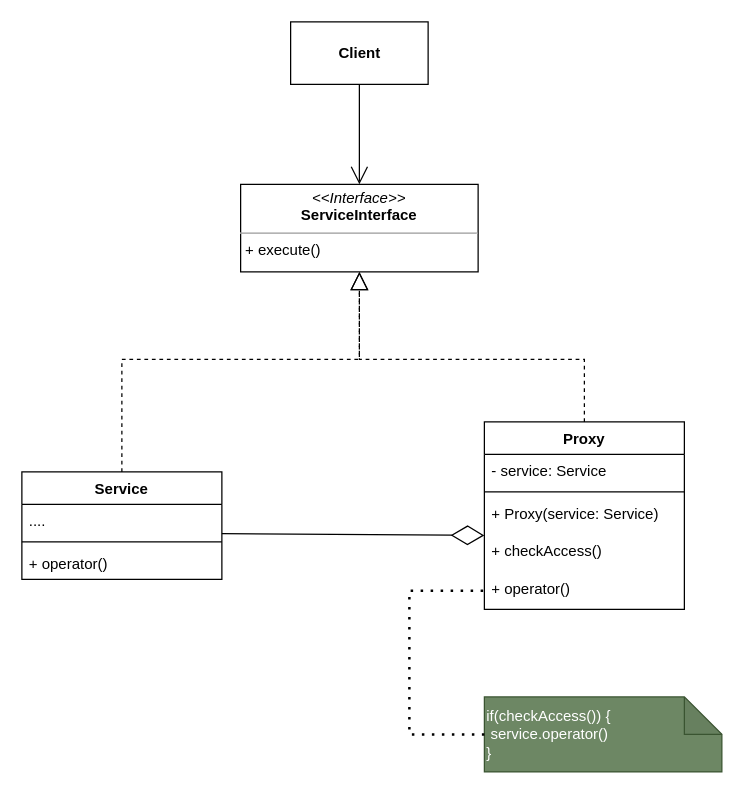
Before: 代理模式.drawio in HsoulLink/designpattern_pic, a draw.io diagram. Source tidied: cells renumbered, new cells numbered last; positions are measured from the earlier drawing's top-left corner, leaving out a move shared by most shapes. Both pictures are drawn from the tidied source at 125%, with x=0, y=0 at pixel (21, 21).
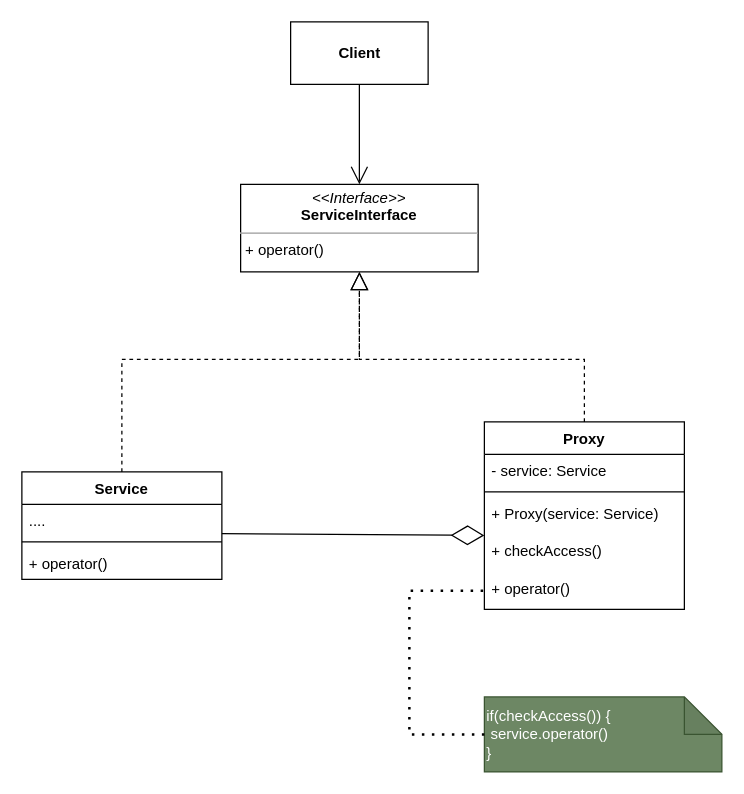
The same diagram, later.

Commit message (it also covers changes not shown here):
更新代理模式.drawio

The edit, as a diff of the source:
```diff
@@
-    <mxCell id="2" value="&lt;p style=&quot;margin:0px;margin-top:4px;text-align:center;&quot;&gt;&lt;i&gt;&amp;lt;&amp;lt;Interface&amp;gt;&amp;gt;&lt;/i&gt;&lt;br&gt;&lt;b&gt;ServiceInterface&lt;/b&gt;&lt;/p&gt;&lt;hr size=&quot;1&quot;&gt;&lt;p style=&quot;margin:0px;margin-left:4px;&quot;&gt;+ execute()&lt;/p&gt;" style="verticalAlign=top;align=left;overflow=fill;fontSize=12;fontFamily=Helvetica;html=1;" parent="1" vertex="1">
+    <mxCell id="2" value="&lt;p style=&quot;margin:0px;margin-top:4px;text-align:center;&quot;&gt;&lt;i&gt;&amp;lt;&amp;lt;Interface&amp;gt;&amp;gt;&lt;/i&gt;&lt;br&gt;&lt;b&gt;ServiceInterface&lt;/b&gt;&lt;/p&gt;&lt;hr size=&quot;1&quot;&gt;&lt;p style=&quot;margin:0px;margin-left:4px;&quot;&gt;+ operator()&lt;/p&gt;" style="verticalAlign=top;align=left;overflow=fill;fontSize=12;fontFamily=Helvetica;html=1;" parent="1" vertex="1">
       <mxGeometry x="175" y="130" width="190" height="70" as="geometry" />
     </mxCell>
```
